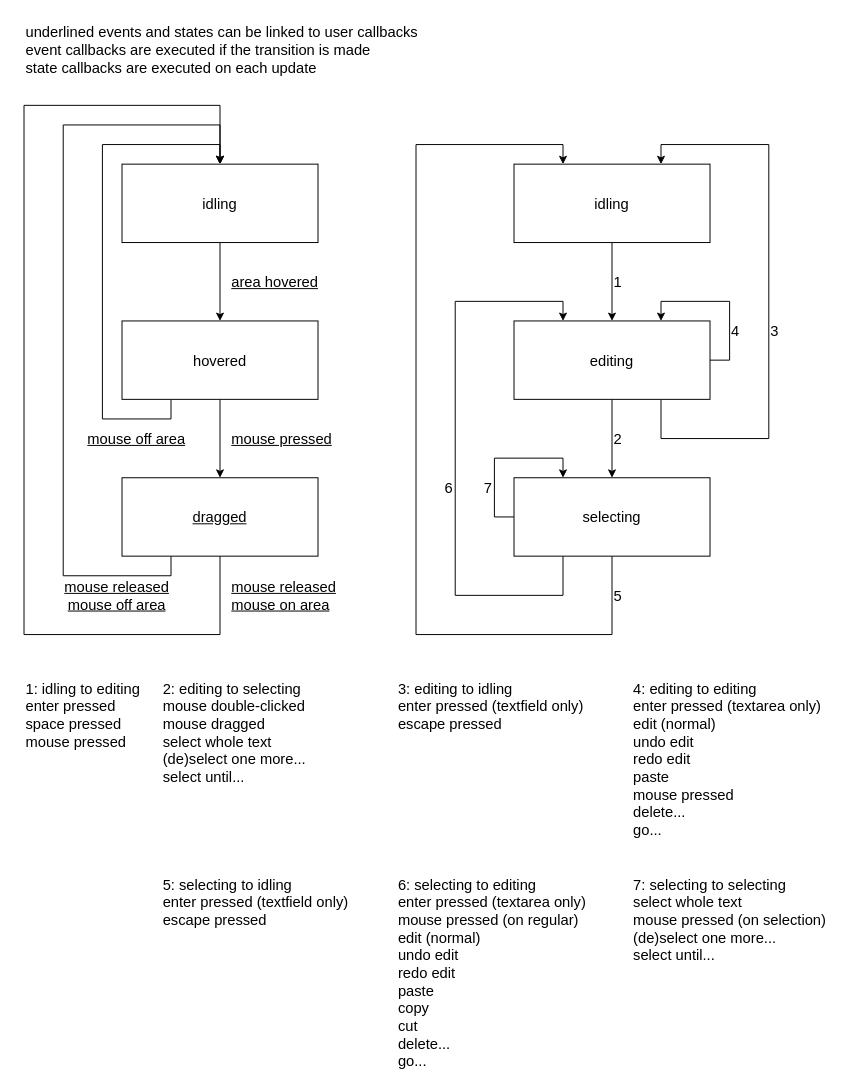
Before: res/fsm_diagrams.drawio in nullgemm/razorbeard, a draw.io diagram. Source tidied: cells renumbered, new cells numbered last; positions are measured from the earlier drawing's top-left corner, leaving out a move shared by most shapes. Both pictures are drawn from the tidied source at 98%, with x=0, y=0 at pixel (24, 17).
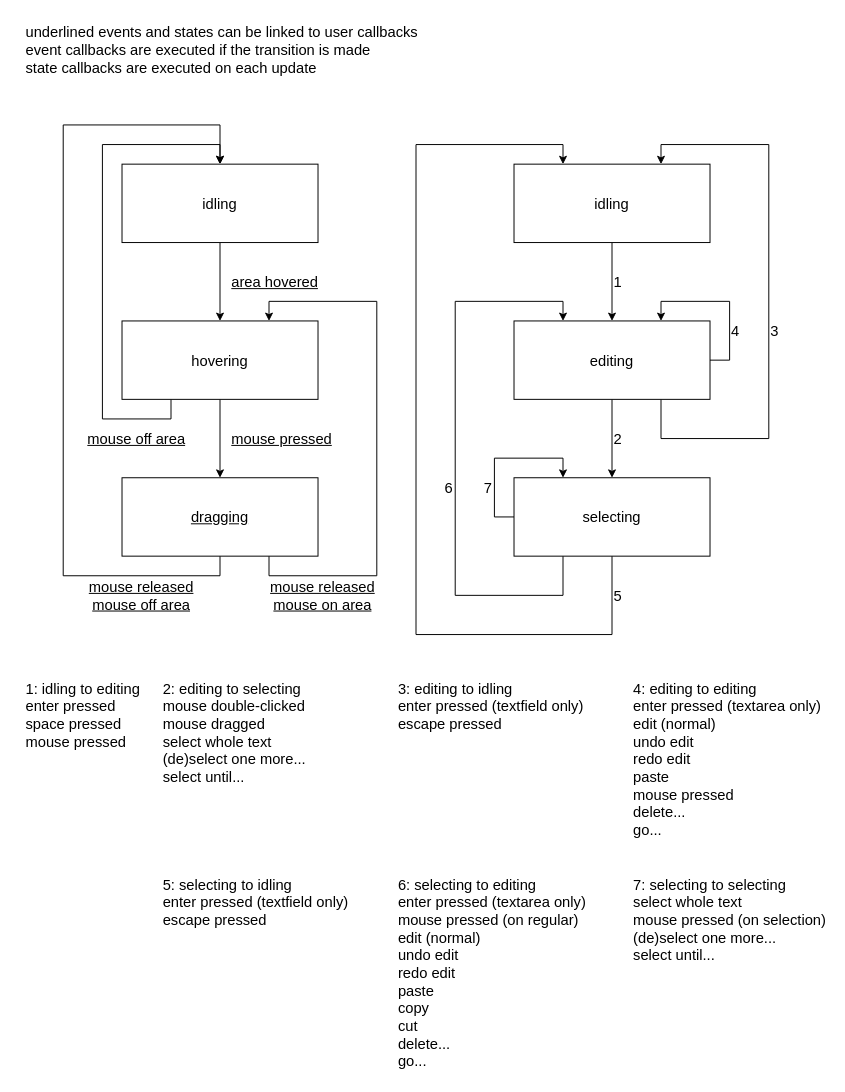
After the change.

Commit message (it also covers changes not shown here):
update diagram, update fsm and translate the button widget existing event handling to the new system

Unchanged cells that the change refers to:
```xml
<mxCell id="3" value="idling" style="rounded=0;whiteSpace=wrap;html=1;fontSize=15;" parent="1" vertex="1">
  <mxGeometry x="100" y="150" width="200" height="80" as="geometry" />
</mxCell>
```

Diff of the diagram source:
```diff
@@
-    <mxCell id="6" value="hovered" style="rounded=0;whiteSpace=wrap;html=1;fontSize=15;" parent="1" vertex="1">
+    <mxCell id="6" value="hovering" style="rounded=0;whiteSpace=wrap;html=1;fontSize=15;" parent="1" vertex="1">
       <mxGeometry x="100" y="310" width="200" height="80" as="geometry" />
     </mxCell>
-    <mxCell id="7" style="edgeStyle=orthogonalEdgeStyle;rounded=0;jettySize=auto;html=1;exitX=0.25;exitY=1;exitDx=0;exitDy=0;entryX=0.5;entryY=0;entryDx=0;entryDy=0;fontSize=15;" parent="1" edge="1" source="8" target="3">
+    <mxCell id="7" style="edgeStyle=orthogonalEdgeStyle;rounded=0;jettySize=auto;html=1;exitX=0.5;exitY=1;exitDx=0;exitDy=0;entryX=0.5;entryY=0;entryDx=0;entryDy=0;fontSize=15;" parent="1" edge="1" source="8" target="3">
       <mxGeometry relative="1" as="geometry">
         <Array as="points">
-          <mxPoint x="150" y="570" />
+          <mxPoint x="200" y="570" />
           <mxPoint x="40" y="570" />
           <mxPoint x="40" y="110" />
           <mxPoint x="200" y="110" />
         </Array>
       </mxGeometry>
     </mxCell>
+    <mxCell id="40" style="edgeStyle=orthogonalEdgeStyle;rounded=0;jettySize=auto;html=1;exitX=0.75;exitY=1;exitDx=0;exitDy=0;entryX=0.75;entryY=0;entryDx=0;entryDy=0;" parent="1" edge="1" source="8" target="6">
+      <mxGeometry relative="1" as="geometry">
+        <Array as="points">
+          <mxPoint x="250" y="570" />
+          <mxPoint x="360" y="570" />
+          <mxPoint x="360" y="290" />
+          <mxPoint x="250" y="290" />
+        </Array>
+      </mxGeometry>
+    </mxCell>
-    <mxCell id="8" value="dragged" style="rounded=0;whiteSpace=wrap;html=1;fontSize=15;fontStyle=4;" parent="1" vertex="1">
+    <mxCell id="8" value="dragging" style="rounded=0;whiteSpace=wrap;html=1;fontSize=15;fontStyle=4;" parent="1" vertex="1">
       <mxGeometry x="100" y="470" width="200" height="80" as="geometry" />
     </mxCell>
-    <mxCell id="9" style="edgeStyle=orthogonalEdgeStyle;rounded=0;jettySize=auto;html=1;entryX=0.5;entryY=0;entryDx=0;entryDy=0;fontSize=15;exitX=0.5;exitY=1;exitDx=0;exitDy=0;" parent="1" edge="1" source="8" target="3">
-      <mxGeometry relative="1" as="geometry">
-        <Array as="points">
-          <mxPoint x="200" y="630" />
-          <mxPoint y="630" />
-          <mxPoint y="90" />
-          <mxPoint x="200" y="90" />
-        </Array>
-      </mxGeometry>
-    </mxCell>
@@
-    <mxCell id="13" value="&lt;div&gt;mouse released&lt;/div&gt;&lt;div&gt;mouse on area&lt;/div&gt;" style="text;html=1;strokeColor=none;fillColor=none;align=left;verticalAlign=middle;whiteSpace=wrap;rounded=0;fontSize=15;fontStyle=4;" parent="1" vertex="1">
-      <mxGeometry x="210" y="570" width="120" height="40" as="geometry" />
+    <mxCell id="13" value="&lt;div&gt;mouse released&lt;/div&gt;&lt;div&gt;mouse on area&lt;/div&gt;" style="text;html=1;strokeColor=none;fillColor=none;align=center;verticalAlign=middle;whiteSpace=wrap;rounded=0;fontSize=15;fontStyle=4;" parent="1" vertex="1">
+      <mxGeometry x="250" y="570" width="110" height="40" as="geometry" />
     </mxCell>
     <mxCell id="14" value="&lt;div&gt;mouse released&lt;/div&gt;&lt;div&gt;mouse off area&lt;/div&gt;" style="text;html=1;strokeColor=none;fillColor=none;align=center;verticalAlign=middle;whiteSpace=wrap;rounded=0;fontSize=15;fontStyle=4;" parent="1" vertex="1">
-      <mxGeometry x="40" y="570" width="110" height="40" as="geometry" />
+      <mxGeometry x="40" y="570" width="160" height="40" as="geometry" />
     </mxCell>
```
